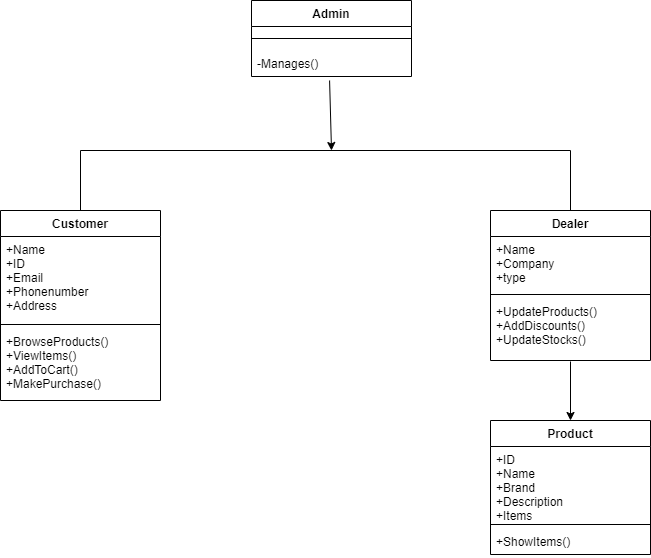
Before: java-basics/03-12-2021/Online Shopping Portal/Class Diagram.drawio.png, a diagram exported from draw.io (MuniswamiKokila/UST-prograd-training). Source tidied: cells renumbered, new cells last; positions are measured from the earlier drawing's top-left corner, leaving out a move shared by most shapes.
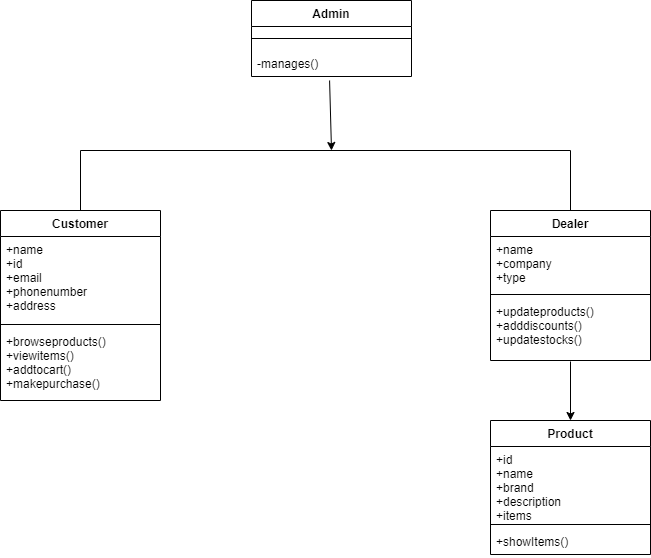
Later version of the same file.

Diff of the diagram source:
```diff
@@ -8,43 +8,43 @@
     <mxCell id="3" style="line;strokeWidth=1;fillColor=none;align=left;verticalAlign=middle;spacingTop=-1;spacingLeft=3;spacingRight=3;labelPosition=right;" parent="2" vertex="1">
       <mxGeometry y="26" width="160" height="24" as="geometry" />
     </mxCell>
-    <mxCell id="4" value="-Manages()" style="text;strokeColor=none;fillColor=none;align=left;verticalAlign=top;spacingLeft=4;spacingRight=4;overflow=hidden;points=[[0,0.5],[1,0.5]];portConstraint=eastwest;" parent="2" vertex="1">
+    <mxCell id="4" value="-manages()" style="text;strokeColor=none;fillColor=none;align=left;verticalAlign=top;spacingLeft=4;spacingRight=4;overflow=hidden;points=[[0,0.5],[1,0.5]];portConstraint=eastwest;" parent="2" vertex="1">
       <mxGeometry y="50" width="160" height="26" as="geometry" />
     </mxCell>
     <mxCell id="5" value="Customer" style="swimlane;fontStyle=1;align=center;verticalAlign=top;horizontal=1;startSize=26;" parent="1" vertex="1">
       <mxGeometry y="210" width="160" height="190" as="geometry" />
     </mxCell>
-    <mxCell id="6" value="+Name&#10;+ID&#10;+Email&#10;+Phonenumber&#10;+Address" style="text;strokeColor=none;fillColor=none;align=left;verticalAlign=top;spacingLeft=4;spacingRight=4;overflow=hidden;" parent="5" vertex="1">
+    <mxCell id="6" value="+name&#10;+id&#10;+email&#10;+phonenumber&#10;+address" style="text;strokeColor=none;fillColor=none;align=left;verticalAlign=top;spacingLeft=4;spacingRight=4;overflow=hidden;" parent="5" vertex="1">
       <mxGeometry y="26" width="160" height="84" as="geometry" />
     </mxCell>
     <mxCell id="7" style="line;strokeWidth=1;fillColor=none;align=left;verticalAlign=middle;spacingTop=-1;spacingLeft=3;spacingRight=3;labelPosition=right;" parent="5" vertex="1">
       <mxGeometry y="110" width="160" height="8" as="geometry" />
     </mxCell>
-    <mxCell id="8" value="+BrowseProducts()&#10;+ViewItems()&#10;+AddToCart()&#10;+MakePurchase()" style="text;strokeColor=none;fillColor=none;align=left;verticalAlign=top;spacingLeft=4;spacingRight=4;overflow=hidden;" parent="5" vertex="1">
+    <mxCell id="8" value="+browseproducts()&#10;+viewitems()&#10;+addtocart()&#10;+makepurchase()" style="text;strokeColor=none;fillColor=none;align=left;verticalAlign=top;spacingLeft=4;spacingRight=4;overflow=hidden;" parent="5" vertex="1">
       <mxGeometry y="118" width="160" height="72" as="geometry" />
     </mxCell>
     <mxCell id="9" value="Dealer" style="swimlane;fontStyle=1;align=center;verticalAlign=top;horizontal=1;startSize=26;" parent="1" vertex="1">
       <mxGeometry x="490" y="210" width="160" height="150" as="geometry" />
     </mxCell>
-    <mxCell id="10" value="+Name&#10;+Company&#10;+type" style="text;strokeColor=none;fillColor=none;align=left;verticalAlign=top;spacingLeft=4;spacingRight=4;overflow=hidden;" parent="9" vertex="1">
+    <mxCell id="10" value="+name&#10;+company&#10;+type" style="text;strokeColor=none;fillColor=none;align=left;verticalAlign=top;spacingLeft=4;spacingRight=4;overflow=hidden;" parent="9" vertex="1">
       <mxGeometry y="26" width="160" height="54" as="geometry" />
     </mxCell>
     <mxCell id="11" style="line;strokeWidth=1;fillColor=none;align=left;verticalAlign=middle;spacingTop=-1;spacingLeft=3;spacingRight=3;labelPosition=right;" parent="9" vertex="1">
       <mxGeometry y="80" width="160" height="8" as="geometry" />
     </mxCell>
-    <mxCell id="12" value="+UpdateProducts()&#10;+AddDiscounts()&#10;+UpdateStocks()" style="text;strokeColor=none;fillColor=none;align=left;verticalAlign=top;spacingLeft=4;spacingRight=4;overflow=hidden;points=[[0,0.5],[1,0.5]];portConstraint=eastwest;" parent="9" vertex="1">
+    <mxCell id="12" value="+updateproducts()&#10;+adddiscounts()&#10;+updatestocks()" style="text;strokeColor=none;fillColor=none;align=left;verticalAlign=top;spacingLeft=4;spacingRight=4;overflow=hidden;points=[[0,0.5],[1,0.5]];portConstraint=eastwest;" parent="9" vertex="1">
       <mxGeometry y="88" width="160" height="62" as="geometry" />
     </mxCell>
     <mxCell id="13" value="Product" style="swimlane;fontStyle=1;align=center;verticalAlign=top;horizontal=1;startSize=26;" parent="1" vertex="1">
       <mxGeometry x="490" y="420" width="160" height="134" as="geometry" />
     </mxCell>
-    <mxCell id="14" value="+ID&#10;+Name&#10;+Brand&#10;+Description&#10;+Items" style="text;strokeColor=none;fillColor=none;align=left;verticalAlign=top;spacingLeft=4;spacingRight=4;overflow=hidden;" parent="13" vertex="1">
+    <mxCell id="14" value="+id&#10;+name&#10;+brand&#10;+description&#10;+items" style="text;strokeColor=none;fillColor=none;align=left;verticalAlign=top;spacingLeft=4;spacingRight=4;overflow=hidden;" parent="13" vertex="1">
       <mxGeometry y="26" width="160" height="74" as="geometry" />
     </mxCell>
     <mxCell id="15" style="line;strokeWidth=1;fillColor=none;align=left;verticalAlign=middle;spacingTop=-1;spacingLeft=3;spacingRight=3;labelPosition=right;" parent="13" vertex="1">
       <mxGeometry y="100" width="160" height="8" as="geometry" />
     </mxCell>
-    <mxCell id="16" value="+ShowItems()" style="text;strokeColor=none;fillColor=none;align=left;verticalAlign=top;spacingLeft=4;spacingRight=4;overflow=hidden;" parent="13" vertex="1">
+    <mxCell id="16" value="+showItems()" style="text;strokeColor=none;fillColor=none;align=left;verticalAlign=top;spacingLeft=4;spacingRight=4;overflow=hidden;" parent="13" vertex="1">
       <mxGeometry y="108" width="160" height="26" as="geometry" />
     </mxCell>
     <mxCell id="17" style="endArrow=classic;html=1;rounded=0;exitX=0.488;exitY=1.154;exitDx=0;exitDy=0;exitPerimeter=0;entryX=0.5;entryY=0;entryDx=0;entryDy=0;" parent="1" edge="1" source="4">
```
